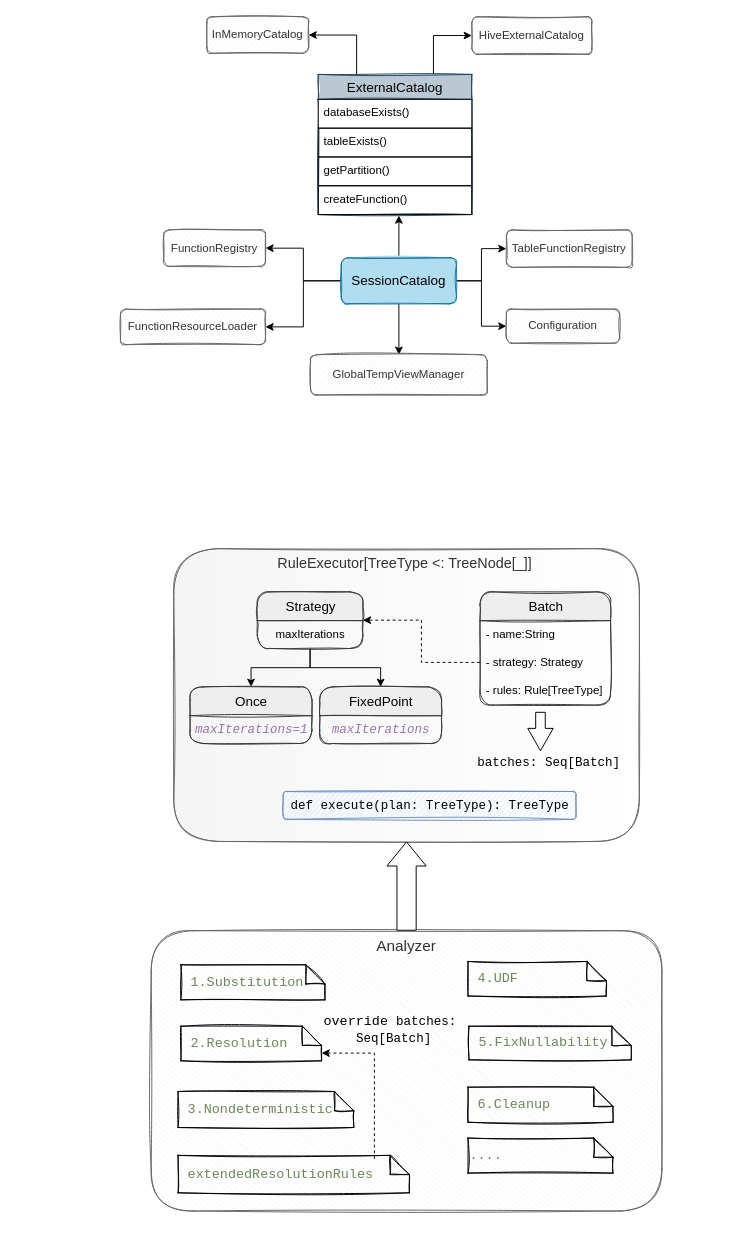
Earlier version of the draw.io diagram Analyzed_and_so_on.drawio (kirito1015/spark_source.sql). Source tidied: cells renumbered, new cells numbered last; positions are measured from the earlier drawing's top-left corner, leaving out a move shared by most shapes. Both pictures are drawn from the tidied source at 96%, with x=0, y=0 at pixel (120, 16).
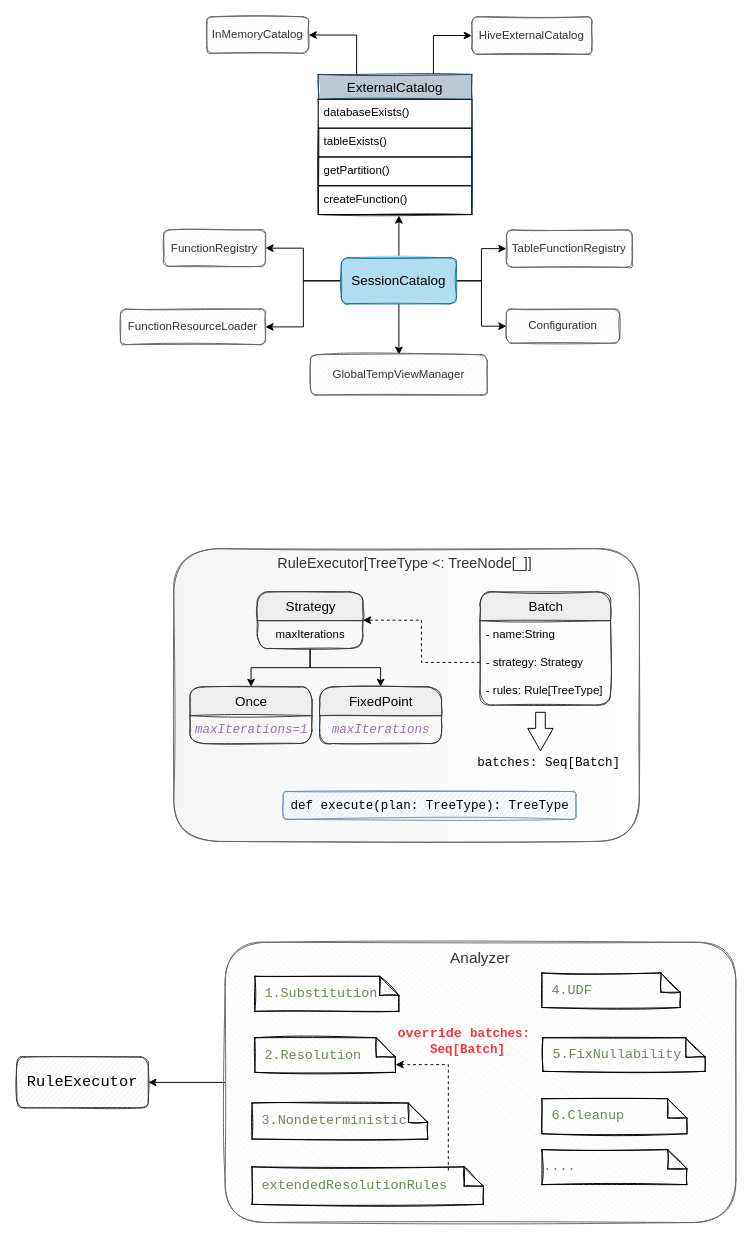
The same diagram, later.

The change refers to these unchanged cells:
```xml
<mxCell id="3" value="RuleExecutor[TreeType &amp;lt;: TreeNode[_]]&amp;nbsp;" style="rounded=1;whiteSpace=wrap;html=1;sketch=1;shadow=0;glass=0;fillColor=#f5f5f5;strokeColor=#666666;overflow=visible;noLabel=0;direction=north;portConstraintRotation=0;snapToPoint=0;perimeter=rectanglePerimeter;fixDash=0;disableMultiStroke=0;disableMultiStrokeFill=0;dashOffset=1;fillStyle=auto;fontSize=15;fontColor=#333333;verticalAlign=top;gradientColor=#ffffff;gradientDirection=south;" parent="1" vertex="1">
  <mxGeometry x="55.5" y="554" width="485" height="305" as="geometry" />
</mxCell>
```

What changed in the source:
```diff
@@
+    <mxCell id="52" style="edgeStyle=orthogonalEdgeStyle;rounded=0;jettySize=auto;html=1;entryX=1;entryY=0.5;entryDx=0;entryDy=0;fontSize=16;fontColor=#000000;" parent="1" edge="1" source="2" target="53">
+      <mxGeometry relative="1" as="geometry" />
+    </mxCell>
     <mxCell id="2" value="Analyzer" style="rounded=1;whiteSpace=wrap;html=1;sketch=1;shadow=0;glass=0;fillColor=#f5f5f5;strokeColor=#666666;overflow=visible;noLabel=0;direction=north;portConstraintRotation=0;snapToPoint=0;perimeter=rectanglePerimeter;fixDash=0;disableMultiStroke=0;disableMultiStrokeFill=0;dashOffset=1;fillStyle=auto;fontSize=16;fontColor=#333333;verticalAlign=top;gradientDirection=south;" parent="1" vertex="1">
-      <mxGeometry x="32" y="952" width="532" height="292" as="geometry" />
+      <mxGeometry x="109" y="964" width="532" height="292" as="geometry" />
     </mxCell>
@@
     <mxCell id="41" value="&lt;pre style=&quot;color: rgb(169, 183, 198); font-family: &amp;quot;jetbrains mono&amp;quot;, monospace; font-size: 14px;&quot;&gt;&lt;span style=&quot;color: rgb(106, 135, 89); font-size: 14px;&quot;&gt; 1.Substitution&lt;/span&gt;&lt;/pre&gt;" style="shape=note;size=20;whiteSpace=wrap;html=1;rounded=0;shadow=0;glass=0;labelBackgroundColor=none;sketch=1;disableMultiStroke=0;disableMultiStrokeFill=0;fillStyle=auto;fontFamily=Helvetica;fontSize=14;fontColor=default;strokeColor=default;fillColor=none;gradientColor=#ffffff;gradientDirection=south;align=left;" parent="1" vertex="1">
-      <mxGeometry x="63" y="987.5" width="150" height="36.5" as="geometry" />
+      <mxGeometry x="140" y="999.5" width="150" height="36.5" as="geometry" />
     </mxCell>
     <mxCell id="42" style="edgeStyle=orthogonalEdgeStyle;rounded=0;jettySize=auto;html=1;fontFamily=Helvetica;fontSize=14;fontColor=#6A8759;fillColor=default;exitX=0;exitY=0;exitDx=146.5;exitDy=28;exitPerimeter=0;dashed=1;endArrow=none;endFill=0;startArrow=classic;startFill=1;" parent="1" edge="1" source="43">
       <mxGeometry relative="1" as="geometry">
-        <mxPoint x="264.5" y="1190" as="targetPoint" />
+        <mxPoint x="341.5" y="1202" as="targetPoint" />
         <Array as="points">
-          <mxPoint x="264.5" y="1080" />
-          <mxPoint x="264.5" y="1186" />
+          <mxPoint x="341.5" y="1092" />
+          <mxPoint x="341.5" y="1198" />
         </Array>
       </mxGeometry>
     </mxCell>
     <mxCell id="43" value="&lt;pre style=&quot;color: rgb(169, 183, 198); font-family: &amp;quot;jetbrains mono&amp;quot;, monospace; font-size: 14px;&quot;&gt;&lt;span style=&quot;color: rgb(106, 135, 89); font-size: 14px;&quot;&gt; 2.Resolution&lt;/span&gt;&lt;/pre&gt;" style="shape=note;size=20;whiteSpace=wrap;html=1;rounded=0;shadow=0;glass=0;labelBackgroundColor=none;sketch=1;disableMultiStroke=0;disableMultiStrokeFill=0;fillStyle=auto;fontFamily=Helvetica;fontSize=14;fontColor=default;strokeColor=default;fillColor=none;gradientColor=#ffffff;gradientDirection=south;align=left;" parent="1" vertex="1">
-      <mxGeometry x="63" y="1051.5" width="146.5" height="36" as="geometry" />
+      <mxGeometry x="140" y="1063.5" width="146.5" height="36" as="geometry" />
     </mxCell>
     <mxCell id="44" value="&lt;pre style=&quot;font-family: &amp;quot;jetbrains mono&amp;quot;, monospace; font-size: 14px;&quot;&gt;&lt;span style=&quot;color: rgb(106, 135, 89); font-size: 14px;&quot;&gt; 3.&lt;/span&gt;&lt;font color=&quot;#6a8759&quot; style=&quot;font-size: 14px;&quot;&gt;Nondeterministic&lt;/font&gt;&lt;/pre&gt;" style="shape=note;size=20;whiteSpace=wrap;html=1;rounded=0;shadow=0;glass=0;labelBackgroundColor=none;sketch=1;disableMultiStroke=0;disableMultiStrokeFill=0;fillStyle=auto;fontFamily=Helvetica;fontSize=14;fontColor=default;strokeColor=default;fillColor=none;gradientColor=#ffffff;gradientDirection=south;align=left;" parent="1" vertex="1">
-      <mxGeometry x="60" y="1119.5" width="183" height="37.5" as="geometry" />
+      <mxGeometry x="137" y="1131.5" width="183" height="37.5" as="geometry" />
     </mxCell>
     <mxCell id="45" value="&lt;pre style=&quot;color: rgb(169, 183, 198); font-family: &amp;quot;jetbrains mono&amp;quot;, monospace; font-size: 14px;&quot;&gt;&lt;span style=&quot;color: rgb(106, 135, 89); font-size: 14px;&quot;&gt; 4.UDF&lt;/span&gt;&lt;/pre&gt;" style="shape=note;size=20;whiteSpace=wrap;html=1;rounded=0;shadow=0;glass=0;labelBackgroundColor=none;sketch=1;disableMultiStroke=0;disableMultiStrokeFill=0;fillStyle=auto;fontFamily=Helvetica;fontSize=14;fontColor=default;strokeColor=default;fillColor=none;gradientColor=#ffffff;gradientDirection=south;align=left;" parent="1" vertex="1">
-      <mxGeometry x="362" y="984" width="144" height="36" as="geometry" />
+      <mxGeometry x="439" y="996" width="144" height="36" as="geometry" />
     </mxCell>
     <mxCell id="46" value="&lt;pre style=&quot;color: rgb(169, 183, 198); font-family: &amp;quot;jetbrains mono&amp;quot;, monospace; font-size: 14px;&quot;&gt;&lt;span style=&quot;color: rgb(106, 135, 89); font-size: 14px;&quot;&gt; 5.FixNullability&lt;/span&gt;&lt;/pre&gt;" style="shape=note;size=20;whiteSpace=wrap;html=1;rounded=0;shadow=0;glass=0;labelBackgroundColor=none;sketch=1;disableMultiStroke=0;disableMultiStrokeFill=0;fillStyle=auto;fontFamily=Helvetica;fontSize=14;fontColor=default;strokeColor=default;fillColor=none;gradientColor=#ffffff;gradientDirection=south;align=left;" parent="1" vertex="1">
-      <mxGeometry x="363" y="1051.5" width="169" height="35" as="geometry" />
+      <mxGeometry x="440" y="1063.5" width="169" height="35" as="geometry" />
     </mxCell>
     <mxCell id="47" value="&lt;pre style=&quot;font-family: &amp;quot;jetbrains mono&amp;quot;, monospace; font-size: 14px;&quot;&gt;&lt;span style=&quot;color: rgb(106, 135, 89); font-size: 14px;&quot;&gt; 6.&lt;/span&gt;&lt;font color=&quot;#6a8759&quot; style=&quot;font-size: 14px;&quot;&gt;Cleanup&lt;/font&gt;&lt;/pre&gt;" style="shape=note;size=20;whiteSpace=wrap;html=1;rounded=0;shadow=0;glass=0;labelBackgroundColor=none;sketch=1;disableMultiStroke=0;disableMultiStrokeFill=0;fillStyle=auto;fontFamily=Helvetica;fontSize=14;fontColor=default;strokeColor=default;fillColor=none;gradientColor=#ffffff;gradientDirection=south;align=left;" parent="1" vertex="1">
-      <mxGeometry x="362" y="1115" width="151" height="36.5" as="geometry" />
+      <mxGeometry x="439" y="1127" width="151" height="36.5" as="geometry" />
     </mxCell>
-    <mxCell id="48" value="&lt;pre&gt;override &lt;font face=&quot;jetbrains mono, monospace&quot;&gt;&lt;span style=&quot;font-size: 13.0667px&quot;&gt;batches: &lt;br&gt;Seq[Batch]&lt;/span&gt;&lt;span style=&quot;font-size: 9.8pt&quot;&gt;&lt;br&gt;&lt;/span&gt;&lt;/font&gt;&lt;/pre&gt;" style="rounded=1;whiteSpace=wrap;html=1;shadow=0;glass=0;sketch=1;disableMultiStroke=0;disableMultiStrokeFill=0;fillStyle=auto;fontFamily=Helvetica;fontSize=14;fontColor=default;strokeColor=none;fillColor=none;labelBackgroundColor=none;" parent="1" vertex="1">
-      <mxGeometry x="193" y="1034" width="184" height="41" as="geometry" />
+    <mxCell id="48" value="&lt;pre&gt;override &lt;font face=&quot;jetbrains mono, monospace&quot;&gt;&lt;span style=&quot;font-size: 13.0667px&quot;&gt;batches: &lt;br&gt;Seq[Batch]&lt;/span&gt;&lt;span style=&quot;font-size: 9.8pt&quot;&gt;&lt;br&gt;&lt;/span&gt;&lt;/font&gt;&lt;/pre&gt;" style="rounded=1;whiteSpace=wrap;html=1;shadow=0;glass=0;sketch=1;disableMultiStroke=0;disableMultiStrokeFill=0;fillStyle=auto;fontFamily=Helvetica;fontSize=14;fontColor=#FF3333;strokeColor=none;fillColor=none;labelBackgroundColor=none;labelBorderColor=none;fontStyle=1;" parent="1" vertex="1">
+      <mxGeometry x="270" y="1046" width="184" height="41" as="geometry" />
     </mxCell>
     <mxCell id="49" value="&lt;pre style=&quot;font-family: &amp;#34;jetbrains mono&amp;#34; , monospace ; font-size: 14px&quot;&gt;&lt;font color=&quot;#6a8759&quot;&gt;....&lt;/font&gt;&lt;/pre&gt;" style="shape=note;size=20;whiteSpace=wrap;html=1;rounded=0;shadow=0;glass=0;labelBackgroundColor=none;sketch=1;disableMultiStroke=0;disableMultiStrokeFill=0;fillStyle=auto;fontFamily=Helvetica;fontSize=14;fontColor=default;strokeColor=default;fillColor=none;gradientColor=#ffffff;gradientDirection=south;align=left;" parent="1" vertex="1">
-      <mxGeometry x="362" y="1168" width="151" height="36.5" as="geometry" />
+      <mxGeometry x="439" y="1180" width="151" height="36.5" as="geometry" />
     </mxCell>
-    <mxCell id="50" style="shape=flexArrow;endArrow=classic;html=1;rounded=0;fontFamily=Helvetica;fontSize=14;fontColor=#6A8759;width=20;endSize=8.0375;fillColor=default;exitX=1;exitY=0.5;exitDx=0;exitDy=0;" parent="1" edge="1" source="2" target="3">
-      <mxGeometry relative="1" as="geometry" />
-    </mxCell>
     <mxCell id="51" value="&lt;pre style=&quot;font-family: &amp;#34;jetbrains mono&amp;#34; , monospace ; font-size: 14px&quot;&gt;&lt;span style=&quot;color: rgb(106 , 135 , 89) ; font-size: 14px&quot;&gt; extendedResolutionRules&lt;/span&gt;&lt;/pre&gt;" style="shape=note;size=20;whiteSpace=wrap;html=1;rounded=0;shadow=0;glass=0;labelBackgroundColor=none;sketch=1;disableMultiStroke=0;disableMultiStrokeFill=0;fillStyle=auto;fontFamily=Helvetica;fontSize=14;fontColor=default;strokeColor=default;fillColor=none;gradientColor=#ffffff;gradientDirection=south;align=left;" parent="1" vertex="1">
-      <mxGeometry x="60" y="1186" width="241" height="39" as="geometry" />
+      <mxGeometry x="137" y="1198" width="241" height="39" as="geometry" />
     </mxCell>
+    <mxCell id="53" value="&lt;pre style=&quot;font-family: &amp;quot;jetbrains mono&amp;quot;, monospace; font-size: 16px;&quot;&gt;RuleExecutor&lt;/pre&gt;" style="rounded=1;whiteSpace=wrap;html=1;labelBackgroundColor=none;fontSize=16;sketch=1;shadow=0;fillColor=#eeeeee;strokeColor=#36393d;" parent="1" vertex="1">
+      <mxGeometry x="-108" y="1083.5" width="137" height="53" as="geometry" />
+    </mxCell>
```
